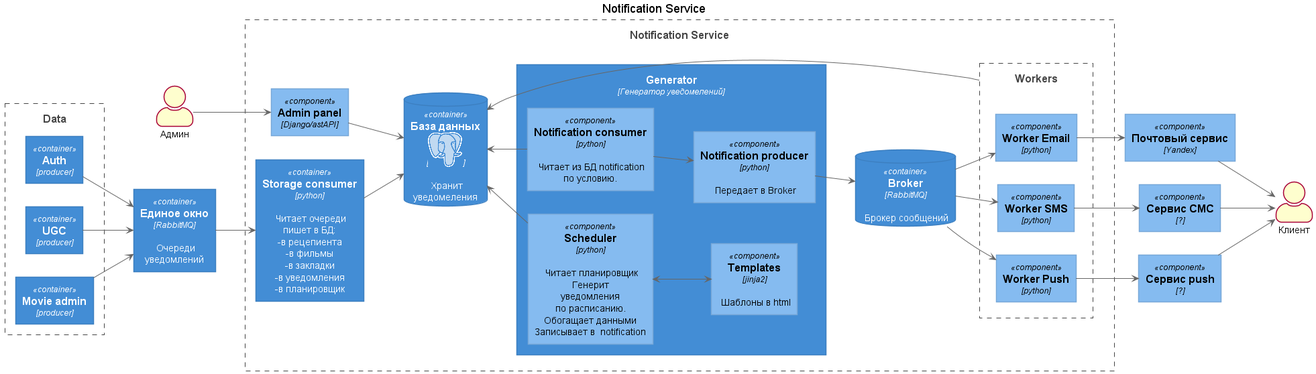
Before: architecture/img/diagram-Notification_Service.png, a diagram exported from PlantUML (Dmitry426/Notifications_sprint). Source of this version:
```plantuml
@startuml
!include <logos/postgresql.puml>
!include <logos/python.puml>
!include <logos/nginx.puml>

!include <c4/C4_Component.puml>

title Notification Service

LAYOUT_LANDSCAPE()


actor Клиент as Client
actor Админ as Admin

Boundary(sources, "Data"){
    Container(auth_ns, "Auth", "producer")
    Container(ugc_ns, "UGC", "producer")
    Container(movies_admin, "Movie admin", 'producer')
    }

Component(mail, "Почтовый сервис", "Yandex")
Component(sms, "Сервис СМС", "?")
Component(push, "Сервис push", "?")

Container(rabbit_1, "Единое окно", "RabbitMQ", "Очереди\nуведомлений")

Boundary(notification, "Notification Service") {

    Container(storage_consumer, "Storage consumer", "python", "Читает очереди\nпишет в БД:\n-в рецепиента\n-в фильмы\n-в закладки\n-в уведомления\n-в планировщик")

    Component(admin_django, "Admin panel", "Django/astAPI")

    Container(notification_consumer_ns, "Generator", "Генератор уведомелений"){
       Component(notification_consumer, "Notification consumer", "python", 'Читает из БД notification\nпо условию.')
       Component(notification_producer, "Notification producer", "python", 'Передает в Broker')
       Component(template, "Templates", "jinja2", 'Шаблоны в html')
       Component(scheduler, "Scheduler", "python", "Читает планировщик\nГенерит\nуведомления\nпо расписанию.\nОбогащает данными\nЗаписывает в  notification")
    }

    ContainerDb(broker, "Broker", "RabbitMQ", "Брокер сообщений")
    ContainerDb(postgresql_ns, "База данных", "<$postgresql>", "Хранит\nуведомеления" )

    Boundary(workers, "Workers") {
        Component(worker_em_ns, "Worker Email", "python")
        Component(worker_sms_ns, "Worker SMS", "python")
        Component(worker_push_ns, "Worker Push", "python")
    }

    Admin --> admin_django
    rabbit_1 --> storage_consumer
    storage_consumer --> postgresql_ns


    postgresql_ns <-- scheduler
    scheduler <--> template


    admin_django --> postgresql_ns


    broker --> worker_em_ns
    broker --> worker_sms_ns
    broker --> worker_push_ns
    notification_producer --> broker
    notification_consumer --> notification_producer
    postgresql_ns <--notification_consumer

    worker_em_ns --> mail
    worker_sms_ns --> sms
    worker_push_ns --> push
}

auth_ns --> rabbit_1
ugc_ns --> rabbit_1
movies_admin --> rabbit_1

mail --> Client
sms --> Client
push --> Client

postgresql_ns <-- workers

@enduml
```
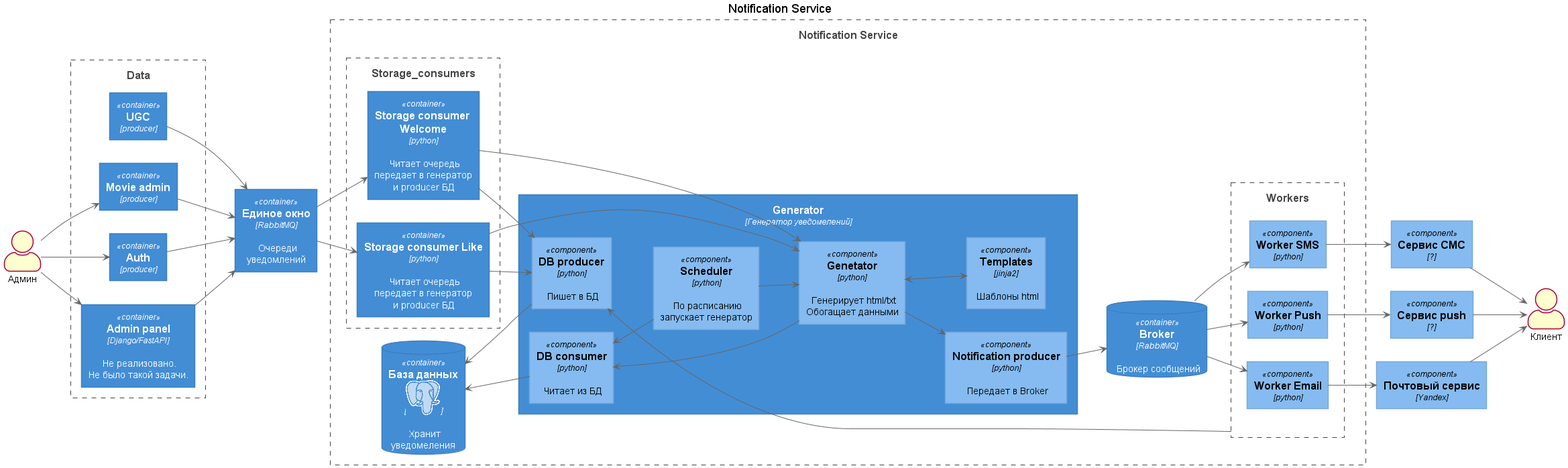
Later version of the same file.

What changed in the source:
```diff
@@ -14,28 +14,37 @@
 actor Админ as Admin
 
 Boundary(sources, "Data"){
+    Container(ugc_ns, "UGC", "producer")
+    Container(admin_django, "Admin panel", "Django/FastAPI", "Не реализовано.\nНе было такой задачи.")
+    Container(movies_admin, "Movie admin", 'producer')
     Container(auth_ns, "Auth", "producer")
-    Container(ugc_ns, "UGC", "producer")
-    Container(movies_admin, "Movie admin", 'producer')
+
+
+
     }
 
 Component(mail, "Почтовый сервис", "Yandex")
 Component(sms, "Сервис СМС", "?")
 Component(push, "Сервис push", "?")
 
+
 Container(rabbit_1, "Единое окно", "RabbitMQ", "Очереди\nуведомлений")
 
 Boundary(notification, "Notification Service") {
 
-    Container(storage_consumer, "Storage consumer", "python", "Читает очереди\nпишет в БД:\n-в рецепиента\n-в фильмы\n-в закладки\n-в уведомления\n-в планировщик")
+    Boundary(storage_consumers, "Storage_consumers") {
+        Container(storage_consumer_1, "Storage consumer Welcome", "python", "Читает очередь\nпередает в генератор\nи producer БД")
+        Container(storage_consumer_2, "Storage consumer Like", "python", "Читает очередь\nпередает в генератор\nи producer БД")
+    }
 
-    Component(admin_django, "Admin panel", "Django/astAPI")
 
-    Container(notification_consumer_ns, "Generator", "Генератор уведомелений"){
-       Component(notification_consumer, "Notification consumer", "python", 'Читает из БД notification\nпо условию.')
+    Container(db_consumer_ns, "Generator", "Генератор уведомелений"){
        Component(notification_producer, "Notification producer", "python", 'Передает в Broker')
-       Component(template, "Templates", "jinja2", 'Шаблоны в html')
-       Component(scheduler, "Scheduler", "python", "Читает планировщик\nГенерит\nуведомления\nпо расписанию.\nОбогащает данными\nЗаписывает в  notification")
+       Component(db_consumer, "DB consumer", "python", 'Читает из БД')
+       Component(db_producer, "DB producer", "python", 'Пишет в БД')
+       Component(template, "Templates", "jinja2", 'Шаблоны html')
+       Component(generator, "Genetator", "python", 'Генерирует html/txt\nОбогащает данными')
+       Component(scheduler, "Scheduler", "python", "По расписанию\nзапускает генератор")
     }
 
     ContainerDb(broker, "Broker", "RabbitMQ", "Брокер сообщений")
@@ -47,38 +56,49 @@
         Component(worker_push_ns, "Worker Push", "python")
     }
 
-    Admin --> admin_django
-    rabbit_1 --> storage_consumer
-    storage_consumer --> postgresql_ns
+    rabbit_1 --> storage_consumer_1
+    rabbit_1 --> storage_consumer_2
+    storage_consumer_1 --> db_producer
+    storage_consumer_2 --> db_producer
+
+    postgresql_ns <-- db_producer
+    postgresql_ns <-- db_consumer
+
+    storage_consumer_1 --> generator
+    storage_consumer_2 --> generator
 
 
-    postgresql_ns <-- scheduler
-    scheduler <--> template
-
-
-    admin_django --> postgresql_ns
+    db_consumer <-- scheduler
+    generator <--> template
+    scheduler --> generator
 
 
     broker --> worker_em_ns
     broker --> worker_sms_ns
     broker --> worker_push_ns
     notification_producer --> broker
-    notification_consumer --> notification_producer
-    postgresql_ns <--notification_consumer
+    db_consumer <-- generator
+    generator --> notification_producer
+
 
     worker_em_ns --> mail
     worker_sms_ns --> sms
     worker_push_ns --> push
 }
 
+Admin --> admin_django
+Admin --> movies_admin
+Admin --> auth_ns
+
 auth_ns --> rabbit_1
 ugc_ns --> rabbit_1
 movies_admin --> rabbit_1
+admin_django --> rabbit_1
 
 mail --> Client
 sms --> Client
 push --> Client
 
-postgresql_ns <-- workers
+db_producer <-- workers
 
 @enduml
```
